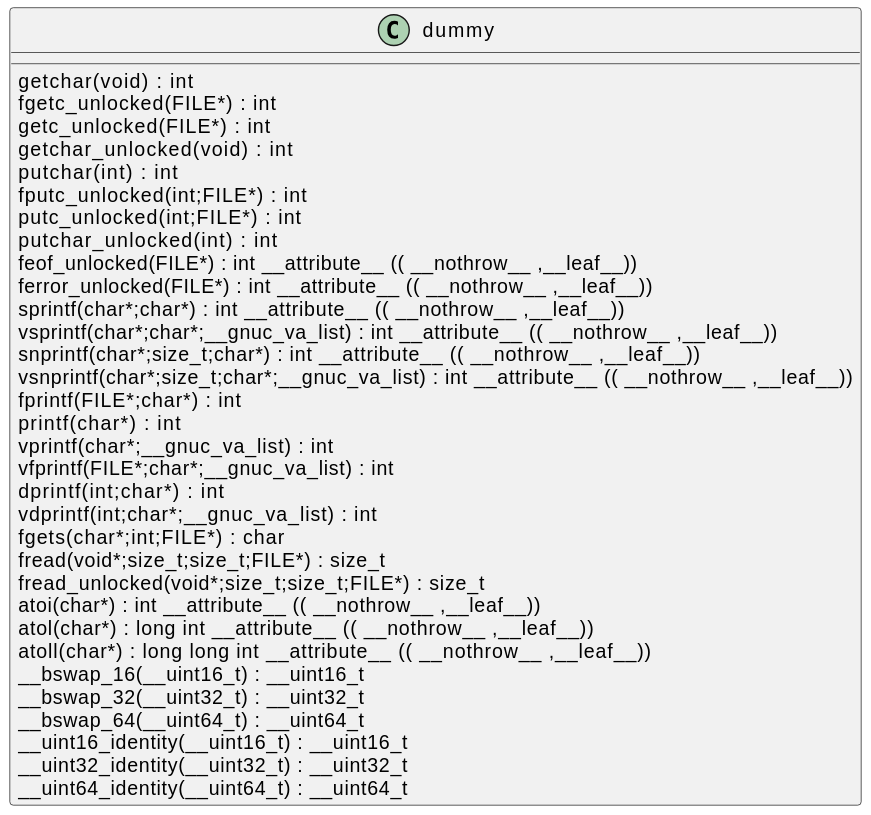
The PlantUML diagram docs/qc/crypto/evp/e_rc4.c.svg in qualitesys/openssl, before a commit.
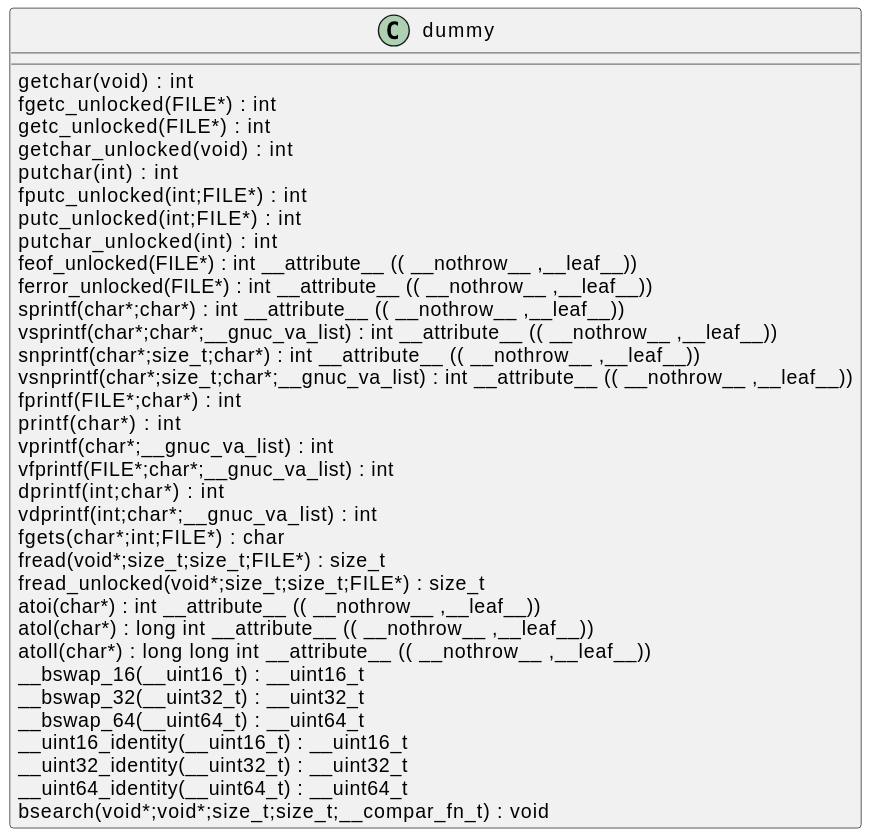
The same file after the commit.

The edit, as a diff of the source:
```diff
@@ -33,5 +33,6 @@
 __uint16_identity(__uint16_t) : __uint16_t [[[./../../.././qc/crypto/evp/e_rc4.c.html#1426]]]
 __uint32_identity(__uint32_t) : __uint32_t [[[./../../.././qc/crypto/evp/e_rc4.c.html#1432]]]
 __uint64_identity(__uint64_t) : __uint64_t [[[./../../.././qc/crypto/evp/e_rc4.c.html#1438]]]
+bsearch(void*;void*;size_t;size_t;__compar_fn_t) :  void  [[[./../../.././qc/crypto/evp/e_rc4.c.html#2106]]]
 }
 @enduml
```
